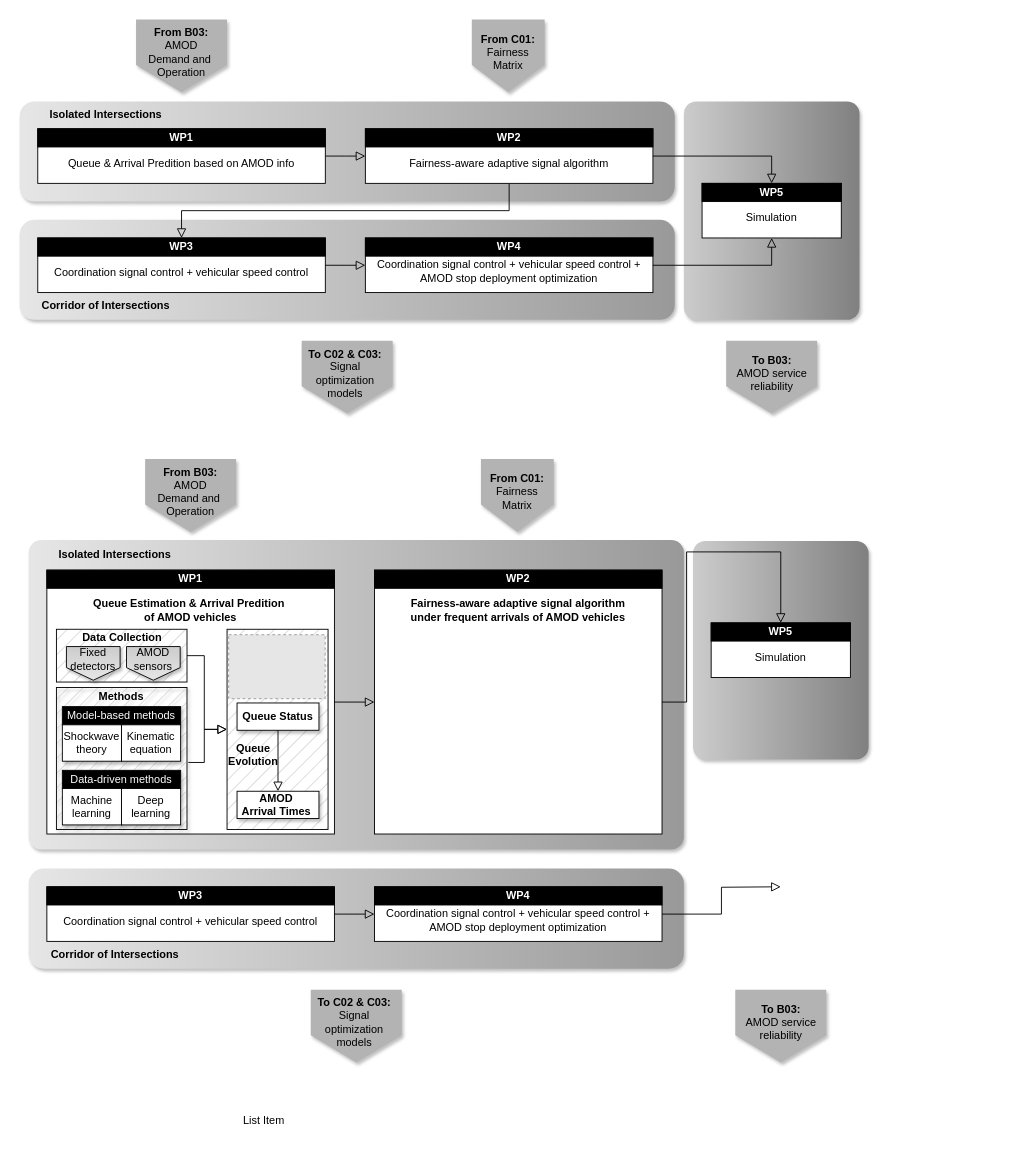
menglinyang19/AgiMo keeps this draw.io diagram as WP_structure.drawio. Above is the earlier version. Source tidied: cells renumbered, new cells numbered last; positions are measured from the earlier drawing's top-left corner, leaving out a move shared by most shapes. Both pictures are drawn from the tidied source at 91%, with x=0, y=0 at pixel (19, 19). Pictures stored in the file or linked from it are replaced by grey dashed boxes.
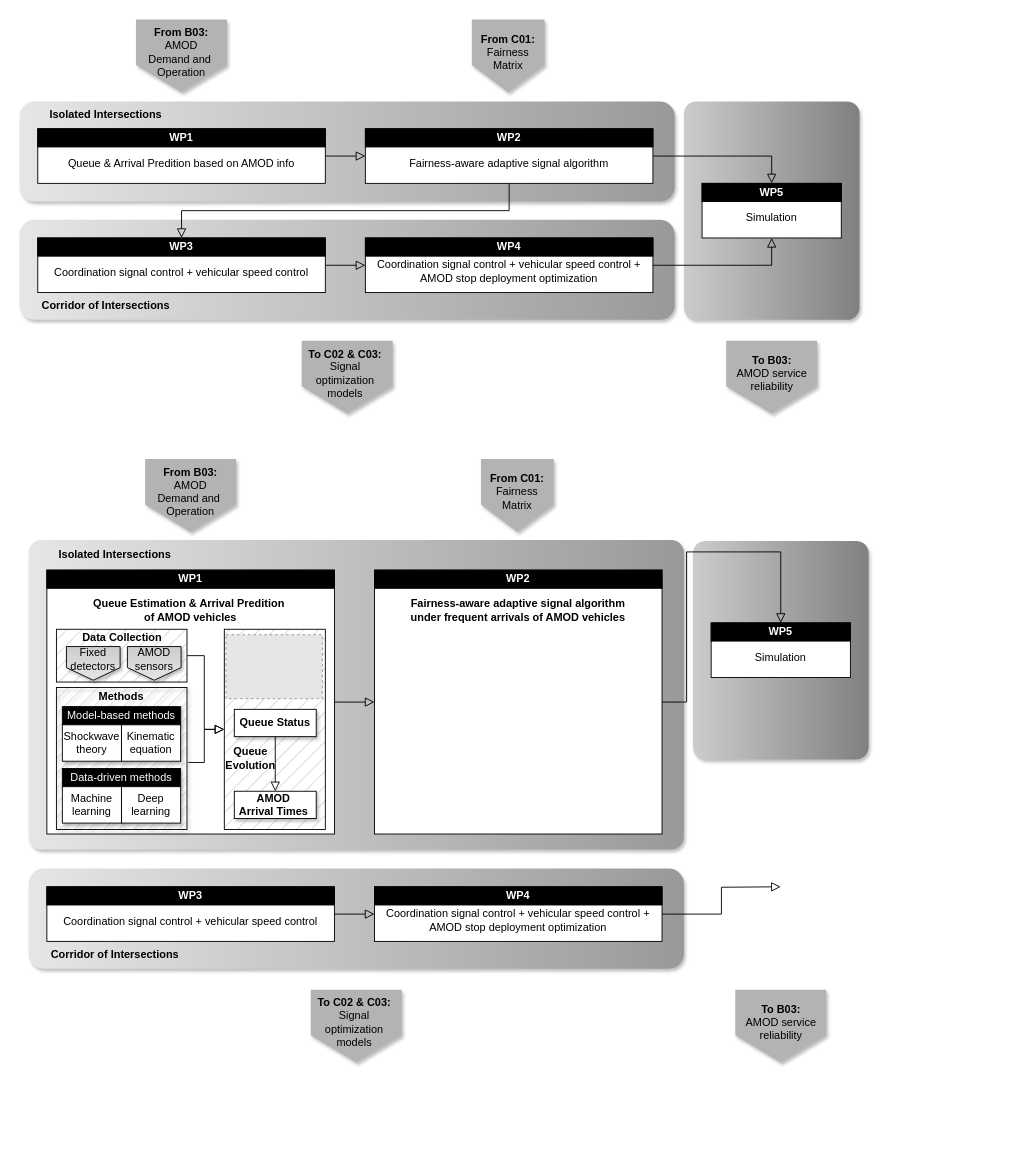
After the change.

Unchanged cells that the change refers to:
```xml
<mxCell id="61" style="group;" parent="1" vertex="1">
  <mxGeometry x="30" y="605" width="316" height="290" as="geometry" />
</mxCell>
<mxCell id="77" style="group;" parent="61" vertex="1">
  <mxGeometry x="17" y="150" width="130" height="130" as="geometry" />
</mxCell>
```

Change to the diagram source:
```diff
@@
-    <mxCell id="60" value="List Item" style="text;strokeColor=none;fillColor=none;align=left;verticalAlign=middle;spacingLeft=4;spacingRight=4;overflow=hidden;whiteSpace=wrap;html=1;" parent="1" vertex="1">
-      <mxGeometry x="240" y="1195" width="80" height="30" as="geometry" />
-    </mxCell>
@@
     <mxCell id="63" style="rounded=0;whiteSpace=wrap;html=1;fillStyle=hatch;arcSize=6;shadow=0;fillColor=#CCCCCC;" parent="61" vertex="1">
-      <mxGeometry x="198" y="65" width="111" height="220" as="geometry" />
+      <mxGeometry x="195" y="65" width="111" height="220" as="geometry" />
     </mxCell>
@@
     <mxCell id="67" value="&lt;b&gt;Queue Status&lt;/b&gt;" style="rounded=1;whiteSpace=wrap;html=1;arcSize=0;shadow=1;" parent="61" vertex="1">
-      <mxGeometry x="209" y="146" width="90" height="30" as="geometry" />
+      <mxGeometry x="206" y="153" width="90" height="30" as="geometry" />
     </mxCell>
     <mxCell id="68" value="&lt;b&gt;AMOD&amp;nbsp;&lt;/b&gt;&lt;div&gt;&lt;b&gt;Arrival Times&amp;nbsp;&lt;/b&gt;&lt;/div&gt;" style="rounded=0;whiteSpace=wrap;html=1;shadow=1;" parent="61" vertex="1">
-      <mxGeometry x="209" y="243" width="90" height="30" as="geometry" />
+      <mxGeometry x="206" y="243" width="90" height="30" as="geometry" />
     </mxCell>
@@
     <mxCell id="70" value="&lt;b&gt;Queue Evolution&lt;/b&gt;" style="text;html=1;align=center;verticalAlign=middle;whiteSpace=wrap;rounded=0;" parent="61" vertex="1">
-      <mxGeometry x="197" y="188" width="60" height="30" as="geometry" />
+      <mxGeometry x="194" y="192" width="60" height="30" as="geometry" />
     </mxCell>
@@
     <mxCell id="74" style="group;" parent="61" vertex="1">
-      <mxGeometry x="219.3" y="76.5" width="67" height="44.5" as="geometry" />
+      <mxGeometry x="216.3" y="76.5" width="67" height="44.5" as="geometry" />
     </mxCell>
     <mxCell id="75" style="shape=offPageConnector;whiteSpace=wrap;html=1;fillColor=#CCCCCC;gradientColor=#E6E6E6;shadow=1;" parent="74" vertex="1">
-      <mxGeometry x="-131.8" y="7.5" width="59" height="37" as="geometry" />
+      <mxGeometry x="-127.8" y="7.5" width="59" height="37" as="geometry" />
     </mxCell>
     <mxCell id="76" value="AMOD sensors" style="text;html=1;align=center;verticalAlign=middle;whiteSpace=wrap;rounded=0;" parent="74" vertex="1">
-      <mxGeometry x="-132.8" y="6.5" width="60" height="30" as="geometry" />
+      <mxGeometry x="-128.8" y="6.5" width="60" height="30" as="geometry" />
     </mxCell>
@@
     <mxCell id="81" value="&lt;font style=&quot;background-color: rgb(0, 0, 0);&quot; color=&quot;#ffffff&quot;&gt;Data-driven methods&lt;/font&gt;" style="rounded=0;whiteSpace=wrap;html=1;fillColor=#000000;shadow=1;" parent="77" vertex="1">
-      <mxGeometry y="70" width="130" height="20" as="geometry" />
+      <mxGeometry y="68" width="130" height="20" as="geometry" />
     </mxCell>
     <mxCell id="82" value="Machine learning" style="rounded=0;whiteSpace=wrap;html=1;shadow=1;" parent="77" vertex="1">
-      <mxGeometry y="90" width="65" height="40" as="geometry" />
+      <mxGeometry y="88" width="65" height="40" as="geometry" />
     </mxCell>
     <mxCell id="83" value="Deep learning" style="rounded=0;whiteSpace=wrap;html=1;shadow=1;" parent="77" vertex="1">
-      <mxGeometry x="65" y="90" width="65" height="40" as="geometry" />
+      <mxGeometry x="65" y="88" width="65" height="40" as="geometry" />
     </mxCell>
@@
     <mxCell id="86" style="fillColor=#E6E6E6;strokeColor=#999999;dashed=1;verticalLabelPosition=bottom;labelBackgroundColor=default;verticalAlign=top;" parent="61" vertex="1">
-      <mxGeometry x="199.8" y="71" width="106" height="70.3" as="geometry" />
+      <mxGeometry x="196.8" y="71" width="106" height="70.3" as="geometry" />
     </mxCell>
@@
+    <mxCell id="90" parent="0" />
```
